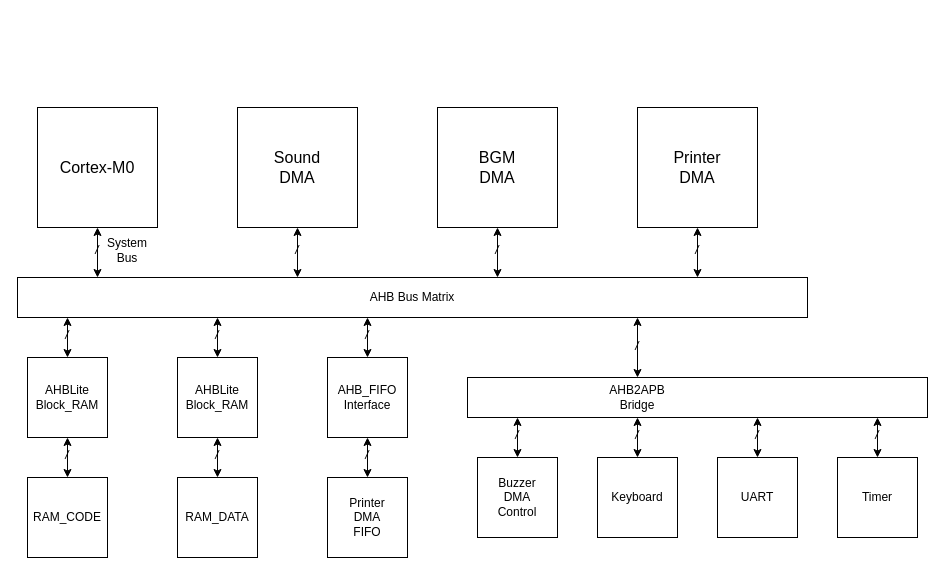
Before: HardwareARC.drawio in brsf11/RealTank2021, a draw.io diagram. Source tidied: cells renumbered, new cells numbered last; positions are measured from the earlier drawing's top-left corner, leaving out a move shared by most shapes. Both pictures are drawn from the tidied source at 100%, with x=0, y=0 at pixel (17, 107).
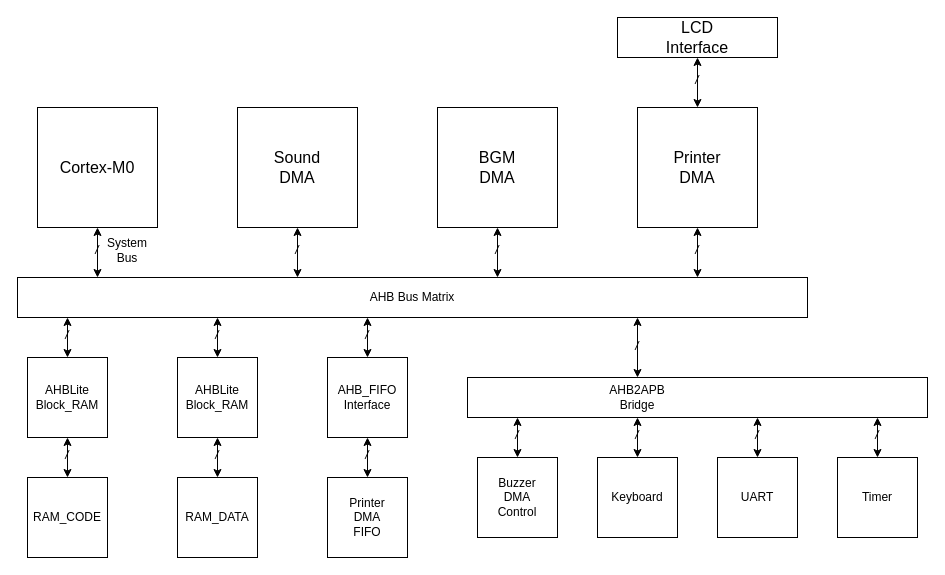
After the change.

Change to the diagram source:
```diff
@@
+    <mxCell id="65" style="endArrow=classic;startArrow=classic;html=1;" parent="1" edge="1">
+      <mxGeometry relative="1" as="geometry">
+        <mxPoint x="680" as="sourcePoint" />
+        <mxPoint x="680" y="-50" as="targetPoint" />
+      </mxGeometry>
+    </mxCell>
+    <mxCell id="66" value="/" style="text;html=1;strokeColor=none;fillColor=none;align=center;verticalAlign=middle;whiteSpace=wrap;rounded=0;fontStyle=2;direction=west;" parent="1" vertex="1">
+      <mxGeometry x="660" y="-37" width="40" height="20" as="geometry" />
+    </mxCell>
+    <mxCell id="67" style="rounded=0;whiteSpace=wrap;html=1;" parent="1" vertex="1">
+      <mxGeometry x="600" y="-90" width="160" height="40" as="geometry" />
+    </mxCell>
+    <mxCell id="68" value="&lt;font style=&quot;font-size: 16px&quot;&gt;LCD Interface&lt;br&gt;&lt;/font&gt;" style="text;html=1;strokeColor=none;fillColor=none;align=center;verticalAlign=middle;whiteSpace=wrap;rounded=0;" parent="1" vertex="1">
+      <mxGeometry x="640" y="-80" width="80" height="20" as="geometry" />
+    </mxCell>
```
